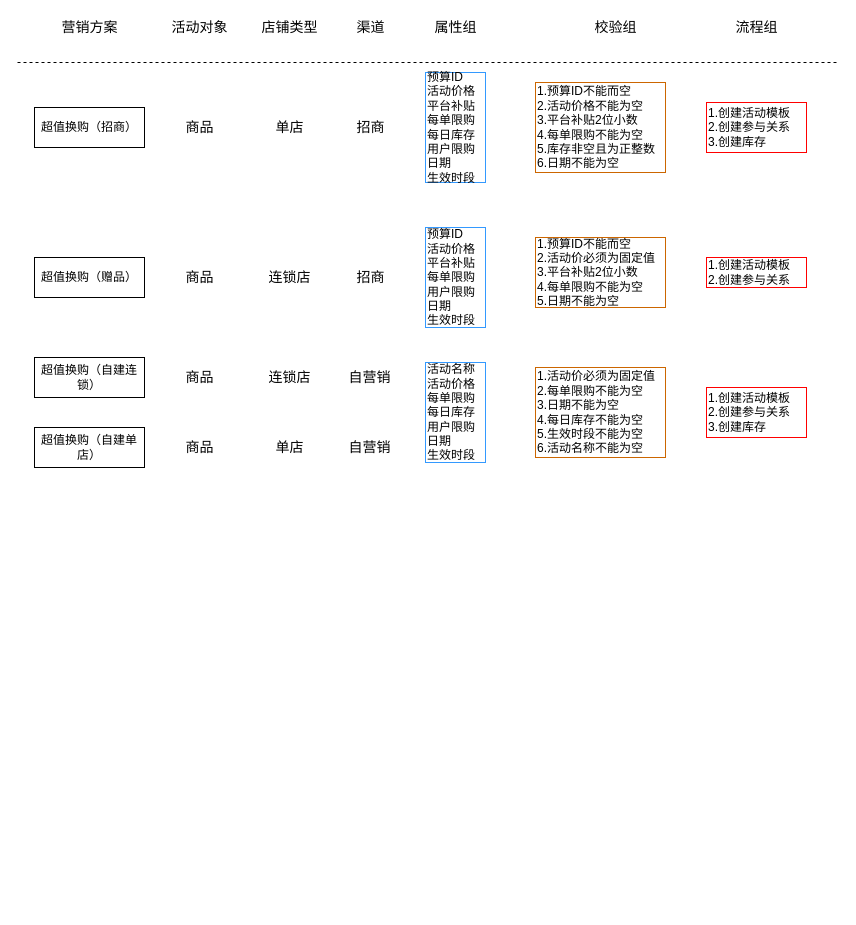
Before: page "模型验证" (5 of 5) of 营销玩法系统架构.drawio in jon-kong/draw.io, a draw.io diagram. Source tidied: cells renumbered, new cells numbered last; positions are measured from the earlier drawing's top-left corner, leaving out a move shared by most shapes. Both pictures are drawn from the tidied source at 100%, with x=0, y=0 at pixel (17, 17).
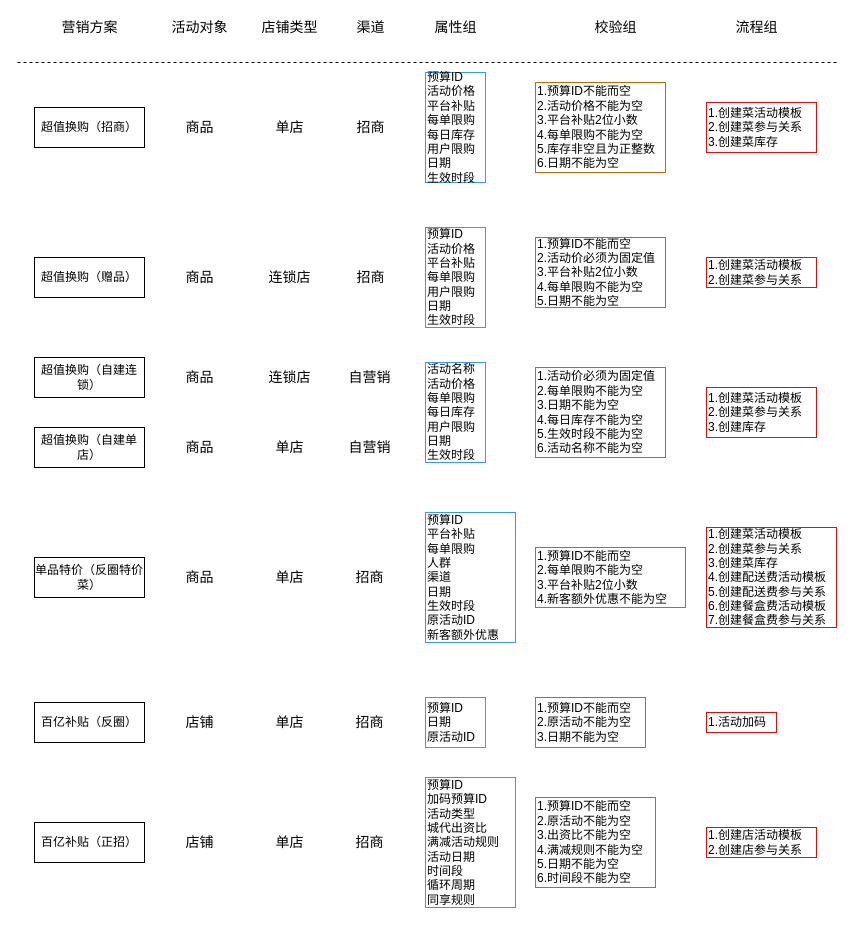
The same page after the edit.

Commit message:
Update 营销玩法系统架构.drawio

Change to the diagram source:
```diff
@@
-    <mxCell id="32" value="1.创建活动模板&lt;br&gt;2.创建参与关系&lt;br&gt;3.创建库存" style="text;html=1;align=left;verticalAlign=middle;fontSize=12;fontColor=#000000;strokeColor=#FF0000;" parent="1" vertex="1">
-      <mxGeometry x="689" y="85" width="100" height="50" as="geometry" />
+    <mxCell id="32" value="1.创建菜活动模板&lt;br&gt;2.创建菜参与关系&lt;br&gt;3.创建菜库存" style="text;html=1;align=left;verticalAlign=middle;fontSize=12;fontColor=#000000;strokeColor=#FF0000;" parent="1" vertex="1">
+      <mxGeometry x="689" y="85" width="110" height="50" as="geometry" />
     </mxCell>
-    <mxCell id="33" value="1.创建活动模板&lt;br&gt;2.创建参与关系" style="text;html=1;align=left;verticalAlign=middle;fontSize=12;fontColor=#000000;strokeColor=#FF0000;" parent="1" vertex="1">
-      <mxGeometry x="689" y="240" width="100" height="30" as="geometry" />
+    <mxCell id="33" value="1.创建菜活动模板&lt;br&gt;2.创建菜参与关系" style="text;html=1;align=left;verticalAlign=middle;fontSize=12;fontColor=#000000;strokeColor=#FF0000;" parent="1" vertex="1">
+      <mxGeometry x="689" y="240" width="110" height="30" as="geometry" />
     </mxCell>
-    <mxCell id="34" value="1.创建活动模板&lt;br&gt;2.创建参与关系&lt;br&gt;3.创建库存" style="text;html=1;align=left;verticalAlign=middle;fontSize=12;fontColor=#000000;strokeColor=#FF0000;" parent="1" vertex="1">
-      <mxGeometry x="689" y="370" width="100" height="50" as="geometry" />
+    <mxCell id="34" value="1.创建菜活动模板&lt;br&gt;2.创建菜参与关系&lt;br&gt;3.创建库存" style="text;html=1;align=left;verticalAlign=middle;fontSize=12;fontColor=#000000;strokeColor=#FF0000;" parent="1" vertex="1">
+      <mxGeometry x="689" y="370" width="110" height="50" as="geometry" />
     </mxCell>
+    <mxCell id="35" value="单品特价（反圈特价菜）" style="rounded=0;whiteSpace=wrap;html=1;fontColor=#000000;verticalAlign=middle;" parent="1" vertex="1">
+      <mxGeometry x="17" y="540" width="110" height="40" as="geometry" />
+    </mxCell>
+    <mxCell id="36" value="商品" style="text;html=1;align=center;verticalAlign=middle;strokeColor=none;fontSize=14;fontColor=#000000;" parent="1" vertex="1">
+      <mxGeometry x="162" y="550" width="40" height="20" as="geometry" />
+    </mxCell>
+    <mxCell id="37" value="单店" style="text;html=1;align=center;verticalAlign=middle;strokeColor=none;fontSize=14;fontColor=#000000;" parent="1" vertex="1">
+      <mxGeometry x="252" y="550" width="40" height="20" as="geometry" />
+    </mxCell>
+    <mxCell id="38" value="招商" style="text;html=1;align=center;verticalAlign=middle;strokeColor=none;fontSize=14;fontColor=#000000;" parent="1" vertex="1">
+      <mxGeometry x="332" y="550" width="40" height="20" as="geometry" />
+    </mxCell>
+    <mxCell id="39" value="预算ID&lt;br style=&quot;font-size: 12px&quot;&gt;平台补贴&lt;br style=&quot;font-size: 12px&quot;&gt;每单限购&lt;br&gt;人群&lt;br&gt;渠道&lt;br&gt;日期&lt;br&gt;生效时段&lt;br&gt;原活动ID&lt;br&gt;新客额外优惠" style="text;html=1;align=left;verticalAlign=middle;fontSize=12;fontColor=#000000;strokeColor=#3399FF;" parent="1" vertex="1">
+      <mxGeometry x="408" y="495" width="90" height="130" as="geometry" />
+    </mxCell>
+    <mxCell id="40" value="1.预算ID不能而空&lt;br style=&quot;font-size: 12px&quot;&gt;2.每单限购不能为空&lt;br style=&quot;font-size: 12px&quot;&gt;3.平台补贴2位小数&lt;br style=&quot;font-size: 12px&quot;&gt;4.新客额外优惠不能为空" style="text;html=1;align=left;verticalAlign=middle;fontSize=12;fontColor=#000000;strokeColor=#CC6600;" parent="1" vertex="1">
+      <mxGeometry x="518" y="530" width="150" height="60" as="geometry" />
+    </mxCell>
+    <mxCell id="41" value="1.创建菜活动模板&lt;br&gt;2.创建菜参与关系&lt;br&gt;3.创建菜库存&lt;br&gt;4.创建配送费活动模板&lt;br&gt;5.创建配送费参与关系&lt;br&gt;6.创建餐盒费活动模板&lt;br&gt;7.创建餐盒费参与关系" style="text;html=1;align=left;verticalAlign=middle;fontSize=12;fontColor=#000000;strokeColor=#FF0000;" parent="1" vertex="1">
+      <mxGeometry x="689" y="510" width="130" height="100" as="geometry" />
+    </mxCell>
+    <mxCell id="42" value="百亿补贴（反圈）" style="rounded=0;whiteSpace=wrap;html=1;fontColor=#000000;verticalAlign=middle;" parent="1" vertex="1">
+      <mxGeometry x="17" y="685" width="110" height="40" as="geometry" />
+    </mxCell>
+    <mxCell id="43" value="店铺" style="text;html=1;align=center;verticalAlign=middle;strokeColor=none;fontSize=14;fontColor=#000000;" parent="1" vertex="1">
+      <mxGeometry x="162" y="695" width="40" height="20" as="geometry" />
+    </mxCell>
+    <mxCell id="44" value="单店" style="text;html=1;align=center;verticalAlign=middle;strokeColor=none;fontSize=14;fontColor=#000000;" parent="1" vertex="1">
+      <mxGeometry x="252" y="695" width="40" height="20" as="geometry" />
+    </mxCell>
+    <mxCell id="45" value="招商" style="text;html=1;align=center;verticalAlign=middle;strokeColor=none;fontSize=14;fontColor=#000000;" parent="1" vertex="1">
+      <mxGeometry x="332" y="695" width="40" height="20" as="geometry" />
+    </mxCell>
+    <mxCell id="46" value="预算ID&lt;br&gt;日期&lt;br&gt;原活动ID" style="text;html=1;align=left;verticalAlign=middle;fontSize=12;fontColor=#000000;strokeColor=#3399FF;" parent="1" vertex="1">
+      <mxGeometry x="408" y="680" width="60" height="50" as="geometry" />
+    </mxCell>
+    <mxCell id="47" value="1.预算ID不能而空&lt;br style=&quot;font-size: 12px&quot;&gt;2.原活动不能为空&lt;br style=&quot;font-size: 12px&quot;&gt;3.日期不能为空" style="text;html=1;align=left;verticalAlign=middle;fontSize=12;fontColor=#000000;strokeColor=#CC6600;" parent="1" vertex="1">
+      <mxGeometry x="518" y="680" width="110" height="50" as="geometry" />
+    </mxCell>
+    <mxCell id="48" value="1.活动加码&lt;br&gt;" style="text;html=1;align=left;verticalAlign=middle;fontSize=12;fontColor=#000000;strokeColor=#FF0000;" parent="1" vertex="1">
+      <mxGeometry x="689" y="695" width="70" height="20" as="geometry" />
+    </mxCell>
+    <mxCell id="49" value="百亿补贴（正招）" style="rounded=0;whiteSpace=wrap;html=1;fontColor=#000000;verticalAlign=middle;" parent="1" vertex="1">
+      <mxGeometry x="17" y="805" width="110" height="40" as="geometry" />
+    </mxCell>
+    <mxCell id="50" value="店铺" style="text;html=1;align=center;verticalAlign=middle;strokeColor=none;fontSize=14;fontColor=#000000;" parent="1" vertex="1">
+      <mxGeometry x="162" y="815" width="40" height="20" as="geometry" />
+    </mxCell>
+    <mxCell id="51" value="单店" style="text;html=1;align=center;verticalAlign=middle;strokeColor=none;fontSize=14;fontColor=#000000;" parent="1" vertex="1">
+      <mxGeometry x="252" y="815" width="40" height="20" as="geometry" />
+    </mxCell>
+    <mxCell id="52" value="招商" style="text;html=1;align=center;verticalAlign=middle;strokeColor=none;fontSize=14;fontColor=#000000;" parent="1" vertex="1">
+      <mxGeometry x="332" y="815" width="40" height="20" as="geometry" />
+    </mxCell>
+    <mxCell id="53" value="预算ID&lt;br&gt;加码预算ID&lt;br&gt;活动类型&lt;br&gt;城代出资比&lt;br&gt;满减活动规则&lt;br&gt;活动日期&lt;br&gt;时间段&lt;br&gt;循环周期&lt;br&gt;同享规则" style="text;html=1;align=left;verticalAlign=middle;fontSize=12;fontColor=#000000;strokeColor=#3399FF;" parent="1" vertex="1">
+      <mxGeometry x="408" y="760" width="90" height="130" as="geometry" />
+    </mxCell>
+    <mxCell id="54" value="1.预算ID不能而空&lt;br style=&quot;font-size: 12px&quot;&gt;2.原活动不能为空&lt;br&gt;3.出资比不能为空&lt;br&gt;4.满减规则不能为空&lt;br style=&quot;font-size: 12px&quot;&gt;5.日期不能为空&lt;br&gt;6.时间段不能为空" style="text;html=1;align=left;verticalAlign=middle;fontSize=12;fontColor=#000000;strokeColor=#CC6600;" parent="1" vertex="1">
+      <mxGeometry x="518" y="780" width="120" height="90" as="geometry" />
+    </mxCell>
+    <mxCell id="55" value="1.创建店活动模板&lt;br&gt;2.创建店参与关系" style="text;html=1;align=left;verticalAlign=middle;fontSize=12;fontColor=#000000;strokeColor=#FF0000;" parent="1" vertex="1">
+      <mxGeometry x="689" y="810" width="110" height="30" as="geometry" />
+    </mxCell>
```
